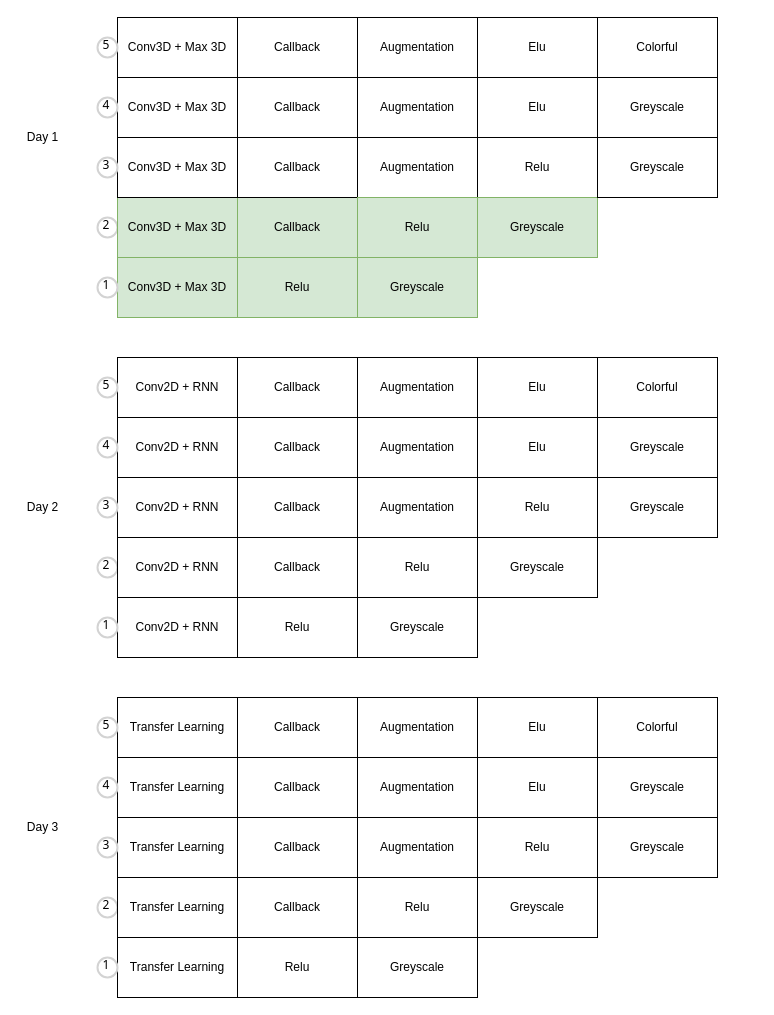
Above: progress.drawio in Gaahou/MMAI-894-Team-College (draw.io), before the change. Source tidied: cells renumbered, new cells numbered last; positions are measured from the earlier drawing's top-left corner, leaving out a move shared by most shapes. Both pictures are drawn from the tidied source at 100%, with x=0, y=0 at pixel (17, 17).
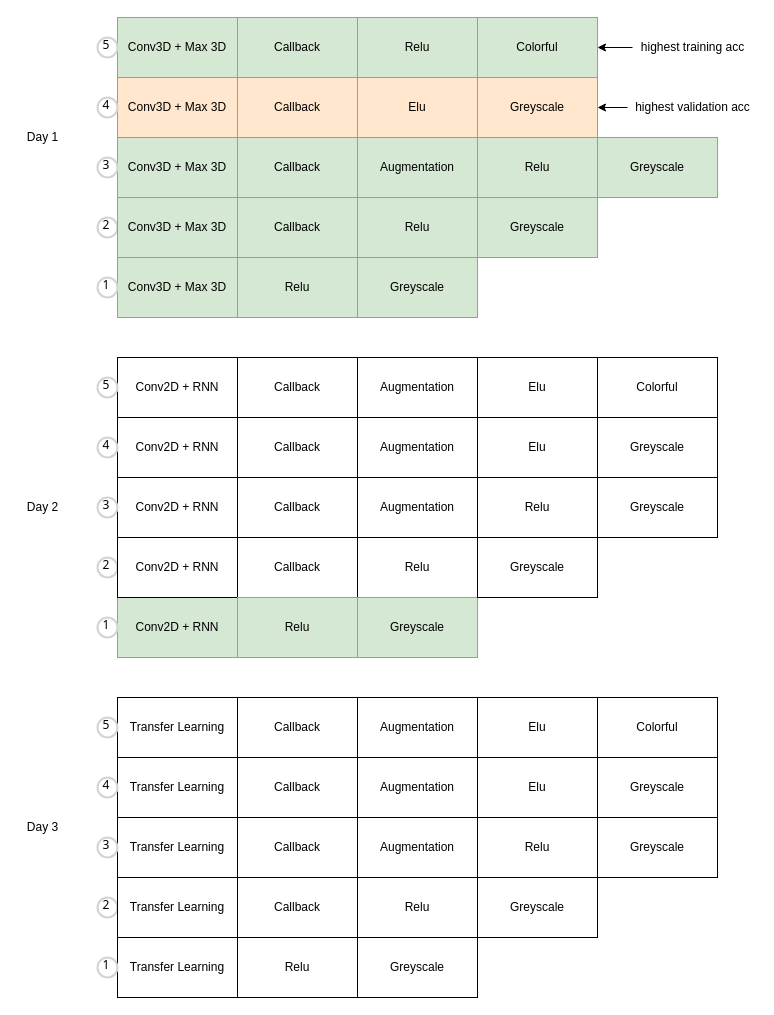
Above is the later version.

Change to the diagram source:
```diff
@@
-    <mxCell id="4" value="Augmentation" style="rounded=0;whiteSpace=wrap;html=1;" parent="1" vertex="1">
+    <mxCell id="4" value="Augmentation" style="rounded=0;whiteSpace=wrap;html=1;fillColor=#d5e8d4;strokeColor=#82b366;" parent="1" vertex="1">
       <mxGeometry x="340" y="120" width="120" height="60" as="geometry" />
     </mxCell>
-    <mxCell id="5" value="Callback" style="rounded=0;whiteSpace=wrap;html=1;" parent="1" vertex="1">
+    <mxCell id="5" value="Callback" style="rounded=0;whiteSpace=wrap;html=1;fillColor=#d5e8d4;strokeColor=#82b366;" parent="1" vertex="1">
       <mxGeometry x="220" y="120" width="120" height="60" as="geometry" />
     </mxCell>
@@
-    <mxCell id="9" value="Conv3D + Max 3D" style="rounded=0;whiteSpace=wrap;html=1;" parent="1" vertex="1">
+    <mxCell id="9" value="Conv3D + Max 3D" style="rounded=0;whiteSpace=wrap;html=1;fillColor=#d5e8d4;strokeColor=#82b366;" parent="1" vertex="1">
       <mxGeometry x="100" y="120" width="120" height="60" as="geometry" />
     </mxCell>
@@
-    <mxCell id="11" value="Augmentation" style="rounded=0;whiteSpace=wrap;html=1;" parent="1" vertex="1">
-      <mxGeometry x="340" y="60" width="120" height="60" as="geometry" />
-    </mxCell>
-    <mxCell id="12" value="Callback" style="rounded=0;whiteSpace=wrap;html=1;" parent="1" vertex="1">
+    <mxCell id="12" value="Callback" style="rounded=0;whiteSpace=wrap;html=1;fillColor=#ffe6cc;strokeColor=#d79b00;" parent="1" vertex="1">
       <mxGeometry x="220" y="60" width="120" height="60" as="geometry" />
     </mxCell>
-    <mxCell id="13" value="Conv3D + Max 3D" style="rounded=0;whiteSpace=wrap;html=1;" parent="1" vertex="1">
+    <mxCell id="13" value="Conv3D + Max 3D" style="rounded=0;whiteSpace=wrap;html=1;fillColor=#ffe6cc;strokeColor=#d79b00;" parent="1" vertex="1">
       <mxGeometry x="100" y="60" width="120" height="60" as="geometry" />
     </mxCell>
-    <mxCell id="14" value="Elu" style="rounded=0;whiteSpace=wrap;html=1;" parent="1" vertex="1">
-      <mxGeometry x="460" y="60" width="120" height="60" as="geometry" />
+    <mxCell id="14" value="Elu" style="rounded=0;whiteSpace=wrap;html=1;fillColor=#ffe6cc;strokeColor=#d79b00;" parent="1" vertex="1">
+      <mxGeometry x="340" y="60" width="120" height="60" as="geometry" />
     </mxCell>
@@
-    <mxCell id="17" value="Relu" style="rounded=0;whiteSpace=wrap;html=1;" parent="1" vertex="1">
+    <mxCell id="17" value="Relu" style="rounded=0;whiteSpace=wrap;html=1;fillColor=#d5e8d4;strokeColor=#82b366;" parent="1" vertex="1">
       <mxGeometry x="460" y="120" width="120" height="60" as="geometry" />
     </mxCell>
@@
-    <mxCell id="21" value="Greyscale" style="rounded=0;whiteSpace=wrap;html=1;" parent="1" vertex="1">
+    <mxCell id="21" value="Greyscale" style="rounded=0;whiteSpace=wrap;html=1;fillColor=#d5e8d4;strokeColor=#82b366;" parent="1" vertex="1">
       <mxGeometry x="580" y="120" width="120" height="60" as="geometry" />
     </mxCell>
-    <mxCell id="22" value="Greyscale" style="rounded=0;whiteSpace=wrap;html=1;" parent="1" vertex="1">
-      <mxGeometry x="580" y="60" width="120" height="60" as="geometry" />
+    <mxCell id="22" value="Greyscale" style="rounded=0;whiteSpace=wrap;html=1;fillColor=#ffe6cc;strokeColor=#d79b00;" parent="1" vertex="1">
+      <mxGeometry x="460" y="60" width="120" height="60" as="geometry" />
     </mxCell>
-    <mxCell id="23" value="Augmentation" style="rounded=0;whiteSpace=wrap;html=1;" parent="1" vertex="1">
-      <mxGeometry x="340" width="120" height="60" as="geometry" />
-    </mxCell>
-    <mxCell id="24" value="Callback" style="rounded=0;whiteSpace=wrap;html=1;" parent="1" vertex="1">
+    <mxCell id="24" value="Callback" style="rounded=0;whiteSpace=wrap;html=1;fillColor=#d5e8d4;strokeColor=#82b366;" parent="1" vertex="1">
       <mxGeometry x="220" width="120" height="60" as="geometry" />
     </mxCell>
-    <mxCell id="25" value="Conv3D + Max 3D" style="rounded=0;whiteSpace=wrap;html=1;" parent="1" vertex="1">
+    <mxCell id="25" value="Conv3D + Max 3D" style="rounded=0;whiteSpace=wrap;html=1;fillColor=#d5e8d4;strokeColor=#82b366;" parent="1" vertex="1">
       <mxGeometry x="100" width="120" height="60" as="geometry" />
     </mxCell>
-    <mxCell id="26" value="Elu" style="rounded=0;whiteSpace=wrap;html=1;" parent="1" vertex="1">
-      <mxGeometry x="460" width="120" height="60" as="geometry" />
+    <mxCell id="26" value="Relu" style="rounded=0;whiteSpace=wrap;html=1;fillColor=#d5e8d4;strokeColor=#82b366;" parent="1" vertex="1">
+      <mxGeometry x="340" width="120" height="60" as="geometry" />
     </mxCell>
-    <mxCell id="27" value="Colorful" style="rounded=0;whiteSpace=wrap;html=1;" parent="1" vertex="1">
-      <mxGeometry x="580" width="120" height="60" as="geometry" />
+    <mxCell id="27" value="Colorful" style="rounded=0;whiteSpace=wrap;html=1;fillColor=#d5e8d4;strokeColor=#82b366;" parent="1" vertex="1">
+      <mxGeometry x="460" width="120" height="60" as="geometry" />
     </mxCell>
@@
-    <mxCell id="29" value="Conv2D + RNN" style="rounded=0;whiteSpace=wrap;html=1;" parent="1" vertex="1">
+    <mxCell id="29" value="Conv2D + RNN" style="rounded=0;whiteSpace=wrap;html=1;fillColor=#d5e8d4;strokeColor=#82b366;" parent="1" vertex="1">
       <mxGeometry x="100" y="580" width="120" height="60" as="geometry" />
     </mxCell>
@@
-    <mxCell id="42" value="Relu" style="rounded=0;whiteSpace=wrap;html=1;" parent="1" vertex="1">
+    <mxCell id="42" value="Relu" style="rounded=0;whiteSpace=wrap;html=1;fillColor=#d5e8d4;strokeColor=#82b366;" parent="1" vertex="1">
       <mxGeometry x="220" y="580" width="120" height="60" as="geometry" />
     </mxCell>
@@
-    <mxCell id="46" value="Greyscale" style="rounded=0;whiteSpace=wrap;html=1;" parent="1" vertex="1">
+    <mxCell id="46" value="Greyscale" style="rounded=0;whiteSpace=wrap;html=1;fillColor=#d5e8d4;strokeColor=#82b366;" parent="1" vertex="1">
       <mxGeometry x="340" y="580" width="120" height="60" as="geometry" />
     </mxCell>
@@
+    <mxCell id="86" style="edgeStyle=orthogonalEdgeStyle;rounded=0;jettySize=auto;html=1;entryX=1;entryY=0.5;entryDx=0;entryDy=0;" parent="1" edge="1" source="87" target="27">
+      <mxGeometry relative="1" as="geometry" />
+    </mxCell>
+    <mxCell id="87" value="highest training acc" style="text;html=1;align=center;verticalAlign=middle;points=[];strokeColor=none;fillColor=none;" parent="1" vertex="1">
+      <mxGeometry x="615" y="20" width="120" height="20" as="geometry" />
+    </mxCell>
+    <mxCell id="88" style="edgeStyle=orthogonalEdgeStyle;rounded=0;jettySize=auto;html=1;" parent="1" edge="1" source="89" target="22">
+      <mxGeometry relative="1" as="geometry" />
+    </mxCell>
+    <mxCell id="89" value="highest validation acc" style="text;html=1;align=center;verticalAlign=middle;points=[];strokeColor=none;fillColor=none;" parent="1" vertex="1">
+      <mxGeometry x="610" y="80" width="130" height="20" as="geometry" />
+    </mxCell>
```
